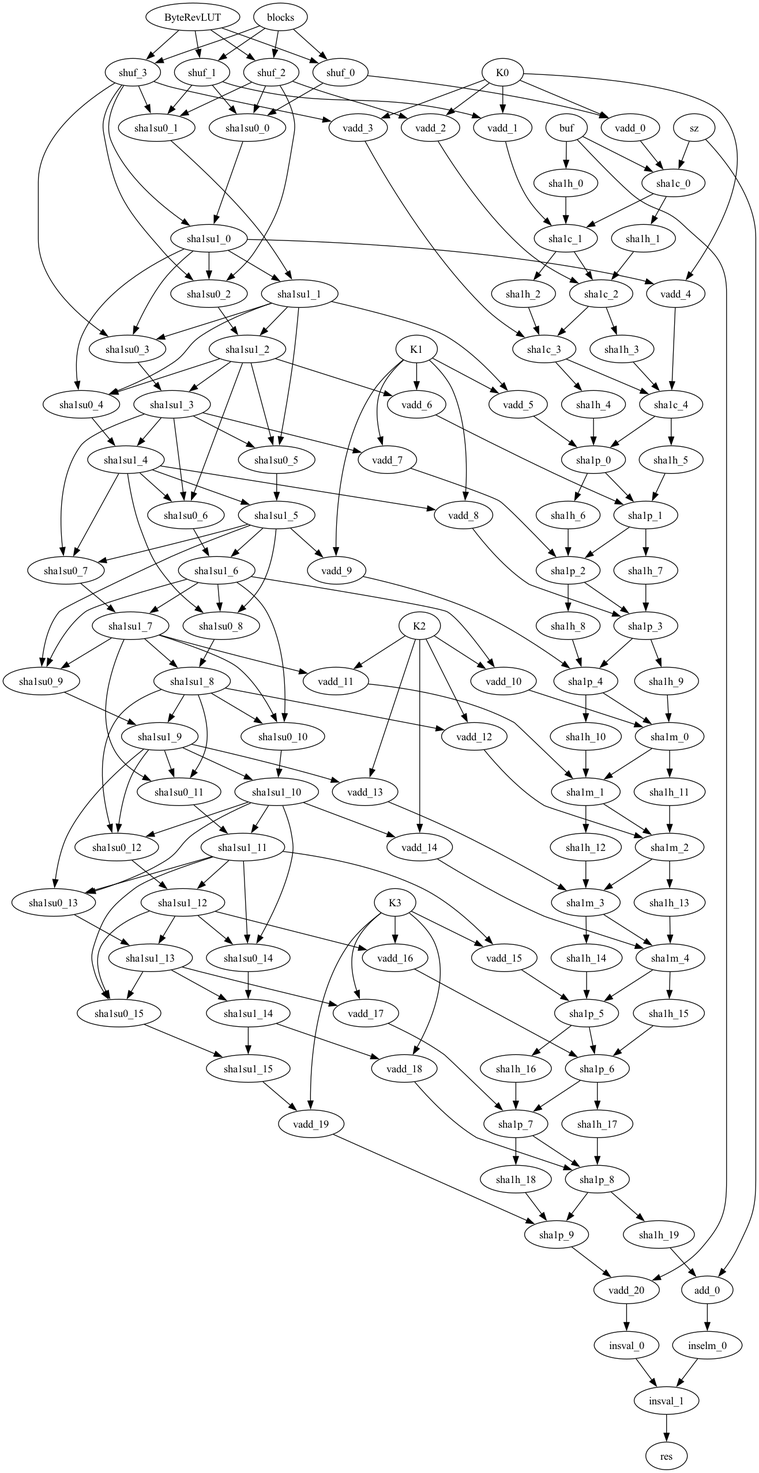
Earlier version of the Graphviz export sha1-compress-one-hand-dag.dot.png (jevinskie/AArch64-SHA-Crypto-Extensions). Its source is kept beside it as sha1-compress-one-hand-dag.dot.
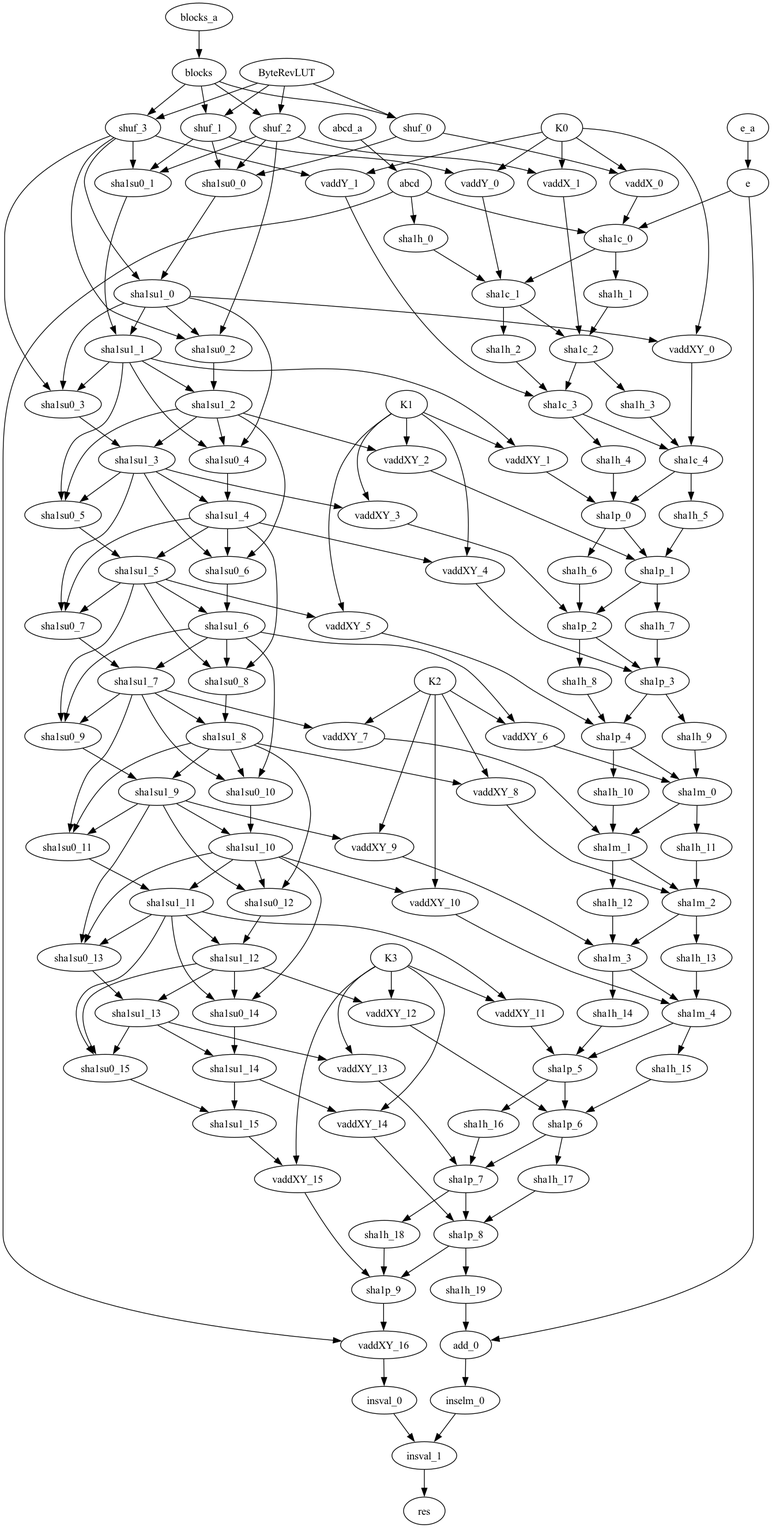
Above is the later version.

What changed in the source:
```diff
@@ -1,48 +1,51 @@
 strict digraph "" {
+	abcd_a -> abcd;
+	abcd -> sha1h_0;
+	abcd -> sha1c_0;
+	abcd -> vaddXY_16;
+	e_a -> e;
+	e -> sha1c_0;
+	e -> add_0;
+	blocks_a -> blocks;
 	blocks -> shuf_0;
 	blocks -> shuf_1;
 	blocks -> shuf_2;
 	blocks -> shuf_3;
-	shuf_0 -> vadd_0;
+	shuf_0 -> vaddX_0;
 	shuf_0 -> sha1su0_0;
 	ByteRevLUT -> shuf_0;
 	ByteRevLUT -> shuf_1;
 	ByteRevLUT -> shuf_2;
 	ByteRevLUT -> shuf_3;
-	shuf_1 -> vadd_1;
+	shuf_1 -> vaddY_0;
 	shuf_1 -> sha1su0_0;
 	shuf_1 -> sha1su0_1;
-	shuf_2 -> vadd_2;
+	shuf_2 -> vaddX_1;
 	shuf_2 -> sha1su0_0;
 	shuf_2 -> sha1su0_1;
 	shuf_2 -> sha1su0_2;
-	shuf_3 -> vadd_3;
+	shuf_3 -> vaddY_1;
 	shuf_3 -> sha1su1_0;
 	shuf_3 -> sha1su0_1;
 	shuf_3 -> sha1su0_2;
 	shuf_3 -> sha1su0_3;
-	vadd_0 -> sha1c_0;
-	K0 -> vadd_0;
-	K0 -> vadd_1;
-	K0 -> vadd_2;
-	K0 -> vadd_3;
-	K0 -> vadd_4;
-	vadd_1 -> sha1c_1;
-	buf -> sha1h_0;
-	buf -> sha1c_0;
-	buf -> vadd_20;
+	vaddX_0 -> sha1c_0;
+	K0 -> vaddX_0;
+	K0 -> vaddY_0;
+	K0 -> vaddX_1;
+	K0 -> vaddY_1;
+	K0 -> vaddXY_0;
+	vaddY_0 -> sha1c_1;
 	sha1h_0 -> sha1c_1;
 	sha1c_0 -> sha1h_1;
 	sha1c_0 -> sha1c_1;
-	sz -> sha1c_0;
-	sz -> add_0;
-	vadd_2 -> sha1c_2;
+	vaddX_1 -> sha1c_2;
 	sha1su0_0 -> sha1su1_0;
 	sha1h_1 -> sha1c_2;
 	sha1c_1 -> sha1h_2;
 	sha1c_1 -> sha1c_2;
-	vadd_3 -> sha1c_3;
-	sha1su1_0 -> vadd_4;
+	vaddY_1 -> sha1c_3;
+	sha1su1_0 -> vaddXY_0;
 	sha1su1_0 -> sha1su1_1;
 	sha1su1_0 -> sha1su0_2;
 	sha1su1_0 -> sha1su0_3;
@@ -51,8 +54,8 @@
 	sha1h_2 -> sha1c_3;
 	sha1c_2 -> sha1h_3;
 	sha1c_2 -> sha1c_3;
-	vadd_4 -> sha1c_4;
-	sha1su1_1 -> vadd_5;
+	vaddXY_0 -> sha1c_4;
+	sha1su1_1 -> vaddXY_1;
 	sha1su1_1 -> sha1su1_2;
 	sha1su1_1 -> sha1su0_3;
 	sha1su1_1 -> sha1su0_4;
@@ -61,13 +64,13 @@
 	sha1h_3 -> sha1c_4;
 	sha1c_3 -> sha1h_4;
 	sha1c_3 -> sha1c_4;
-	vadd_5 -> sha1p_0;
-	K1 -> vadd_5;
-	K1 -> vadd_6;
-	K1 -> vadd_7;
-	K1 -> vadd_8;
-	K1 -> vadd_9;
-	sha1su1_2 -> vadd_6;
+	vaddXY_1 -> sha1p_0;
+	K1 -> vaddXY_1;
+	K1 -> vaddXY_2;
+	K1 -> vaddXY_3;
+	K1 -> vaddXY_4;
+	K1 -> vaddXY_5;
+	sha1su1_2 -> vaddXY_2;
 	sha1su1_2 -> sha1su1_3;
 	sha1su1_2 -> sha1su0_4;
 	sha1su1_2 -> sha1su0_5;
@@ -76,8 +79,8 @@
 	sha1h_4 -> sha1p_0;
 	sha1c_4 -> sha1h_5;
 	sha1c_4 -> sha1p_0;
-	vadd_6 -> sha1p_1;
-	sha1su1_3 -> vadd_7;
+	vaddXY_2 -> sha1p_1;
+	sha1su1_3 -> vaddXY_3;
 	sha1su1_3 -> sha1su1_4;
 	sha1su1_3 -> sha1su0_5;
 	sha1su1_3 -> sha1su0_6;
@@ -86,8 +89,8 @@
 	sha1h_5 -> sha1p_1;
 	sha1p_0 -> sha1h_6;
 	sha1p_0 -> sha1p_1;
-	vadd_7 -> sha1p_2;
-	sha1su1_4 -> vadd_8;
+	vaddXY_3 -> sha1p_2;
+	sha1su1_4 -> vaddXY_4;
 	sha1su1_4 -> sha1su1_5;
 	sha1su1_4 -> sha1su0_6;
 	sha1su1_4 -> sha1su0_7;
@@ -96,8 +99,8 @@
 	sha1h_6 -> sha1p_2;
 	sha1p_1 -> sha1h_7;
 	sha1p_1 -> sha1p_2;
-	vadd_8 -> sha1p_3;
-	sha1su1_5 -> vadd_9;
+	vaddXY_4 -> sha1p_3;
+	sha1su1_5 -> vaddXY_5;
 	sha1su1_5 -> sha1su1_6;
 	sha1su1_5 -> sha1su0_7;
 	sha1su1_5 -> sha1su0_8;
@@ -106,8 +109,8 @@
 	sha1h_7 -> sha1p_3;
 	sha1p_2 -> sha1h_8;
 	sha1p_2 -> sha1p_3;
-	vadd_9 -> sha1p_4;
-	sha1su1_6 -> vadd_10;
+	vaddXY_5 -> sha1p_4;
+	sha1su1_6 -> vaddXY_6;
 	sha1su1_6 -> sha1su1_7;
 	sha1su1_6 -> sha1su0_8;
 	sha1su1_6 -> sha1su0_9;
@@ -116,13 +119,13 @@
 	sha1h_8 -> sha1p_4;
 	sha1p_3 -> sha1h_9;
 	sha1p_3 -> sha1p_4;
-	vadd_10 -> sha1m_0;
-	K2 -> vadd_10;
-	K2 -> vadd_11;
-	K2 -> vadd_12;
-	K2 -> vadd_13;
-	K2 -> vadd_14;
-	sha1su1_7 -> vadd_11;
+	vaddXY_6 -> sha1m_0;
+	K2 -> vaddXY_6;
+	K2 -> vaddXY_7;
+	K2 -> vaddXY_8;
+	K2 -> vaddXY_9;
+	K2 -> vaddXY_10;
+	sha1su1_7 -> vaddXY_7;
 	sha1su1_7 -> sha1su1_8;
 	sha1su1_7 -> sha1su0_9;
 	sha1su1_7 -> sha1su0_10;
@@ -131,8 +134,8 @@
 	sha1h_9 -> sha1m_0;
 	sha1p_4 -> sha1h_10;
 	sha1p_4 -> sha1m_0;
-	vadd_11 -> sha1m_1;
-	sha1su1_8 -> vadd_12;
+	vaddXY_7 -> sha1m_1;
+	sha1su1_8 -> vaddXY_8;
 	sha1su1_8 -> sha1su1_9;
 	sha1su1_8 -> sha1su0_10;
 	sha1su1_8 -> sha1su0_11;
@@ -141,8 +144,8 @@
 	sha1h_10 -> sha1m_1;
 	sha1m_0 -> sha1h_11;
 	sha1m_0 -> sha1m_1;
-	vadd_12 -> sha1m_2;
-	sha1su1_9 -> vadd_13;
+	vaddXY_8 -> sha1m_2;
+	sha1su1_9 -> vaddXY_9;
 	sha1su1_9 -> sha1su1_10;
 	sha1su1_9 -> sha1su0_11;
 	sha1su1_9 -> sha1su0_12;
@@ -151,8 +154,8 @@
 	sha1h_11 -> sha1m_2;
 	sha1m_1 -> sha1h_12;
 	sha1m_1 -> sha1m_2;
-	vadd_13 -> sha1m_3;
-	sha1su1_10 -> vadd_14;
+	vaddXY_9 -> sha1m_3;
+	sha1su1_10 -> vaddXY_10;
 	sha1su1_10 -> sha1su1_11;
 	sha1su1_10 -> sha1su0_12;
 	sha1su1_10 -> sha1su0_13;
@@ -161,8 +164,8 @@
 	sha1h_12 -> sha1m_3;
 	sha1m_2 -> sha1h_13;
 	sha1m_2 -> sha1m_3;
-	vadd_14 -> sha1m_4;
-	sha1su1_11 -> vadd_15;
+	vaddXY_10 -> sha1m_4;
+	sha1su1_11 -> vaddXY_11;
 	sha1su1_11 -> sha1su1_12;
 	sha1su1_11 -> sha1su0_13;
 	sha1su1_11 -> sha1su0_14;
@@ -171,13 +174,13 @@
 	sha1h_13 -> sha1m_4;
 	sha1m_3 -> sha1h_14;
 	sha1m_3 -> sha1m_4;
-	vadd_15 -> sha1p_5;
-	K3 -> vadd_15;
-	K3 -> vadd_16;
-	K3 -> vadd_17;
-	K3 -> vadd_18;
-	K3 -> vadd_19;
-	sha1su1_12 -> vadd_16;
+	vaddXY_11 -> sha1p_5;
+	K3 -> vaddXY_11;
+	K3 -> vaddXY_12;
+	K3 -> vaddXY_13;
+	K3 -> vaddXY_14;
+	K3 -> vaddXY_15;
+	sha1su1_12 -> vaddXY_12;
 	sha1su1_12 -> sha1su1_13;
 	sha1su1_12 -> sha1su0_14;
 	sha1su1_12 -> sha1su0_15;
@@ -185,33 +188,33 @@
 	sha1h_14 -> sha1p_5;
 	sha1m_4 -> sha1h_15;
 	sha1m_4 -> sha1p_5;
-	vadd_16 -> sha1p_6;
-	sha1su1_13 -> vadd_17;
+	vaddXY_12 -> sha1p_6;
+	sha1su1_13 -> vaddXY_13;
 	sha1su1_13 -> sha1su1_14;
 	sha1su1_13 -> sha1su0_15;
 	sha1su0_14 -> sha1su1_14;
 	sha1h_15 -> sha1p_6;
 	sha1p_5 -> sha1h_16;
 	sha1p_5 -> sha1p_6;
-	vadd_17 -> sha1p_7;
-	sha1su1_14 -> vadd_18;
+	vaddXY_13 -> sha1p_7;
+	sha1su1_14 -> vaddXY_14;
 	sha1su1_14 -> sha1su1_15;
 	sha1su0_15 -> sha1su1_15;
 	sha1h_16 -> sha1p_7;
 	sha1p_6 -> sha1h_17;
 	sha1p_6 -> sha1p_7;
-	vadd_18 -> sha1p_8;
-	sha1su1_15 -> vadd_19;
+	vaddXY_14 -> sha1p_8;
+	sha1su1_15 -> vaddXY_15;
 	sha1h_17 -> sha1p_8;
 	sha1p_7 -> sha1h_18;
 	sha1p_7 -> sha1p_8;
-	vadd_19 -> sha1p_9;
+	vaddXY_15 -> sha1p_9;
 	sha1h_18 -> sha1p_9;
 	sha1p_8 -> sha1h_19;
 	sha1p_8 -> sha1p_9;
 	sha1h_19 -> add_0;
-	sha1p_9 -> vadd_20;
-	vadd_20 -> insval_0;
+	sha1p_9 -> vaddXY_16;
+	vaddXY_16 -> insval_0;
 	add_0 -> inselm_0;
 	inselm_0 -> insval_1;
 	insval_0 -> insval_1;
```
